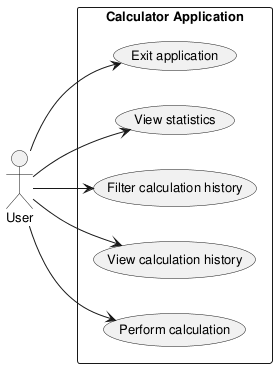
DanielRiha8906/Software_autoevolution_using_agents keeps this PlantUML diagram as experiments/pipeline/user_stories/calculator/artifacts/use_case_diagram.png. Above is the earlier version.
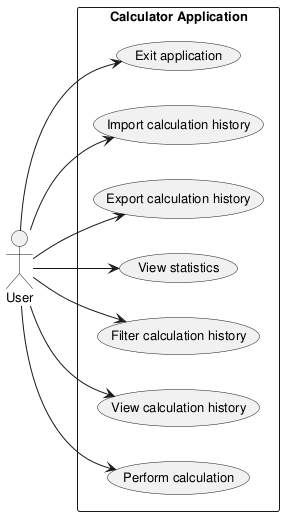
Above is the later version.

The edit, as a diff of the source:
```diff
@@ -11,6 +11,8 @@
     usecase "View calculation history" as UC_History
     usecase "Filter calculation history" as UC_Filter
     usecase "View statistics" as UC_Stats
+    usecase "Export calculation history" as UC_Export
+    usecase "Import calculation history" as UC_Import
     usecase "Exit application" as UC_Exit
 
 }
@@ -19,6 +21,8 @@
 User --> UC_History
 User --> UC_Filter
 User --> UC_Stats
+User --> UC_Export
+User --> UC_Import
 User --> UC_Exit
 
 @enduml
```
